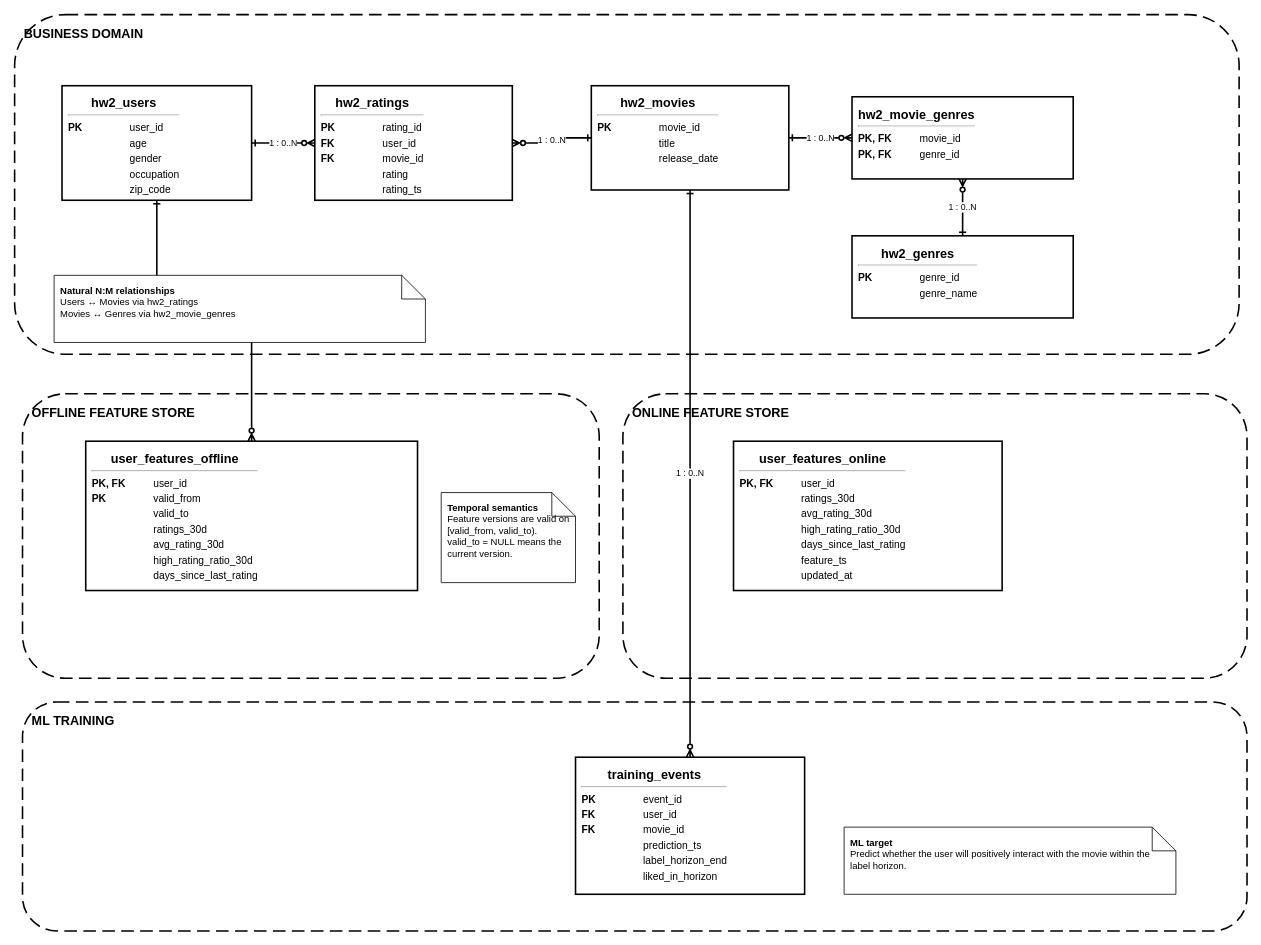
BorysZhyhalo/goit-rdb-hw-02 keeps this draw.io diagram as erd_movie_recommendation.drawio. Above is the earlier version. Source tidied: cells renumbered, new cells numbered last; positions are measured from the earlier drawing's top-left corner, leaving out a move shared by most shapes. Both pictures are drawn from the tidied source at 79%, with x=0, y=0 at pixel (14, 14).
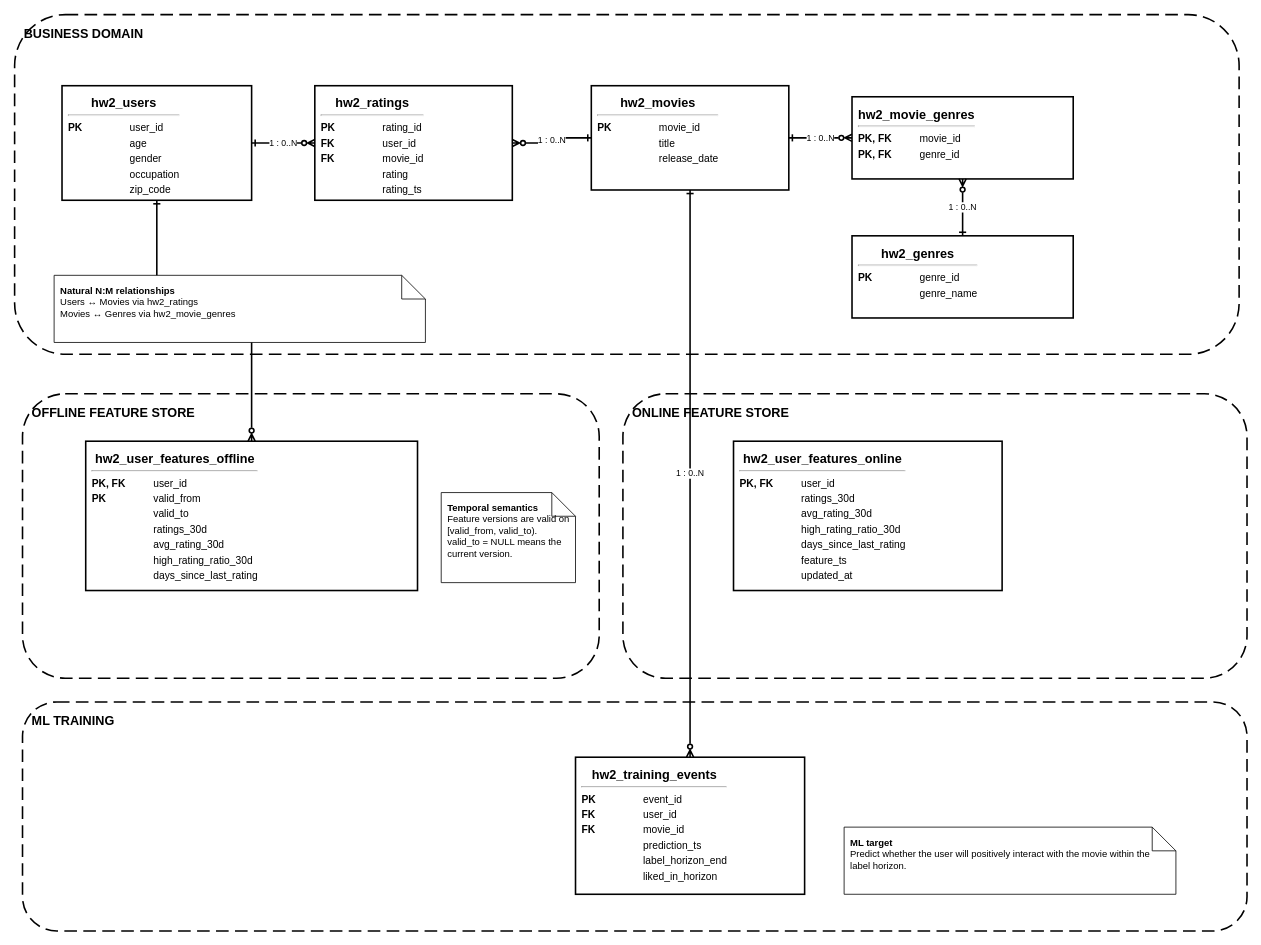
Above is the later version.

The edit, as a diff of the source:
```diff
@@
-    <mxCell id="11" value="&lt;div style=&quot;text-align:center;font-size:16px&quot;&gt;&lt;b&gt;user_features_offline&lt;/b&gt;&lt;/div&gt;&lt;hr style=&quot;margin:5px 0&quot;&gt;&lt;div style=&quot;font-size:13px;line-height:1.5&quot;&gt;&lt;span style=&quot;display:inline-block;width:78px&quot;&gt;&lt;b&gt;PK, FK&lt;/b&gt;&lt;/span&gt;user_id&lt;/div&gt;&lt;div style=&quot;font-size:13px;line-height:1.5&quot;&gt;&lt;span style=&quot;display:inline-block;width:78px&quot;&gt;&lt;b&gt;PK&lt;/b&gt;&lt;/span&gt;valid_from&lt;/div&gt;&lt;div style=&quot;font-size:13px;line-height:1.5&quot;&gt;&lt;span style=&quot;display:inline-block;width:78px&quot;&gt;&lt;/span&gt;valid_to&lt;/div&gt;&lt;div style=&quot;font-size:13px;line-height:1.5&quot;&gt;&lt;span style=&quot;display:inline-block;width:78px&quot;&gt;&lt;/span&gt;ratings_30d&lt;/div&gt;&lt;div style=&quot;font-size:13px;line-height:1.5&quot;&gt;&lt;span style=&quot;display:inline-block;width:78px&quot;&gt;&lt;/span&gt;avg_rating_30d&lt;/div&gt;&lt;div style=&quot;font-size:13px;line-height:1.5&quot;&gt;&lt;span style=&quot;display:inline-block;width:78px&quot;&gt;&lt;/span&gt;high_rating_ratio_30d&lt;/div&gt;&lt;div style=&quot;font-size:13px;line-height:1.5&quot;&gt;&lt;span style=&quot;display:inline-block;width:78px&quot;&gt;&lt;/span&gt;days_since_last_rating&lt;/div&gt;" style="rounded=0;whiteSpace=wrap;html=1;align=left;verticalAlign=top;spacing=8;strokeWidth=2;fontSize=13;" parent="1" vertex="1">
+    <mxCell id="11" value="&lt;div style=&quot;text-align:center;font-size:16px&quot;&gt;&lt;b&gt;hw2_user_features_offline&lt;/b&gt;&lt;/div&gt;&lt;hr style=&quot;margin:5px 0&quot;&gt;&lt;div style=&quot;font-size:13px;line-height:1.5&quot;&gt;&lt;span style=&quot;display:inline-block;width:78px&quot;&gt;&lt;b&gt;PK, FK&lt;/b&gt;&lt;/span&gt;user_id&lt;/div&gt;&lt;div style=&quot;font-size:13px;line-height:1.5&quot;&gt;&lt;span style=&quot;display:inline-block;width:78px&quot;&gt;&lt;b&gt;PK&lt;/b&gt;&lt;/span&gt;valid_from&lt;/div&gt;&lt;div style=&quot;font-size:13px;line-height:1.5&quot;&gt;&lt;span style=&quot;display:inline-block;width:78px&quot;&gt;&lt;/span&gt;valid_to&lt;/div&gt;&lt;div style=&quot;font-size:13px;line-height:1.5&quot;&gt;&lt;span style=&quot;display:inline-block;width:78px&quot;&gt;&lt;/span&gt;ratings_30d&lt;/div&gt;&lt;div style=&quot;font-size:13px;line-height:1.5&quot;&gt;&lt;span style=&quot;display:inline-block;width:78px&quot;&gt;&lt;/span&gt;avg_rating_30d&lt;/div&gt;&lt;div style=&quot;font-size:13px;line-height:1.5&quot;&gt;&lt;span style=&quot;display:inline-block;width:78px&quot;&gt;&lt;/span&gt;high_rating_ratio_30d&lt;/div&gt;&lt;div style=&quot;font-size:13px;line-height:1.5&quot;&gt;&lt;span style=&quot;display:inline-block;width:78px&quot;&gt;&lt;/span&gt;days_since_last_rating&lt;/div&gt;" style="rounded=0;whiteSpace=wrap;html=1;align=left;verticalAlign=top;spacing=8;strokeWidth=2;fontSize=13;" parent="1" vertex="1">
       <mxGeometry x="90" y="540" width="420" height="189" as="geometry" />
     </mxCell>
-    <mxCell id="12" value="&lt;div style=&quot;text-align:center;font-size:16px&quot;&gt;&lt;b&gt;user_features_online&lt;/b&gt;&lt;/div&gt;&lt;hr style=&quot;margin:5px 0&quot;&gt;&lt;div style=&quot;font-size:13px;line-height:1.5&quot;&gt;&lt;span style=&quot;display:inline-block;width:78px&quot;&gt;&lt;b&gt;PK, FK&lt;/b&gt;&lt;/span&gt;user_id&lt;/div&gt;&lt;div style=&quot;font-size:13px;line-height:1.5&quot;&gt;&lt;span style=&quot;display:inline-block;width:78px&quot;&gt;&lt;/span&gt;ratings_30d&lt;/div&gt;&lt;div style=&quot;font-size:13px;line-height:1.5&quot;&gt;&lt;span style=&quot;display:inline-block;width:78px&quot;&gt;&lt;/span&gt;avg_rating_30d&lt;/div&gt;&lt;div style=&quot;font-size:13px;line-height:1.5&quot;&gt;&lt;span style=&quot;display:inline-block;width:78px&quot;&gt;&lt;/span&gt;high_rating_ratio_30d&lt;/div&gt;&lt;div style=&quot;font-size:13px;line-height:1.5&quot;&gt;&lt;span style=&quot;display:inline-block;width:78px&quot;&gt;&lt;/span&gt;days_since_last_rating&lt;/div&gt;&lt;div style=&quot;font-size:13px;line-height:1.5&quot;&gt;&lt;span style=&quot;display:inline-block;width:78px&quot;&gt;&lt;/span&gt;feature_ts&lt;/div&gt;&lt;div style=&quot;font-size:13px;line-height:1.5&quot;&gt;&lt;span style=&quot;display:inline-block;width:78px&quot;&gt;&lt;/span&gt;updated_at&lt;/div&gt;" style="rounded=0;whiteSpace=wrap;html=1;align=left;verticalAlign=top;spacing=8;strokeWidth=2;fontSize=13;" parent="1" vertex="1">
+    <mxCell id="12" value="&lt;div style=&quot;text-align:center;font-size:16px&quot;&gt;&lt;b&gt;hw2_user_features_online&lt;/b&gt;&lt;/div&gt;&lt;hr style=&quot;margin:5px 0&quot;&gt;&lt;div style=&quot;font-size:13px;line-height:1.5&quot;&gt;&lt;span style=&quot;display:inline-block;width:78px&quot;&gt;&lt;b&gt;PK, FK&lt;/b&gt;&lt;/span&gt;user_id&lt;/div&gt;&lt;div style=&quot;font-size:13px;line-height:1.5&quot;&gt;&lt;span style=&quot;display:inline-block;width:78px&quot;&gt;&lt;/span&gt;ratings_30d&lt;/div&gt;&lt;div style=&quot;font-size:13px;line-height:1.5&quot;&gt;&lt;span style=&quot;display:inline-block;width:78px&quot;&gt;&lt;/span&gt;avg_rating_30d&lt;/div&gt;&lt;div style=&quot;font-size:13px;line-height:1.5&quot;&gt;&lt;span style=&quot;display:inline-block;width:78px&quot;&gt;&lt;/span&gt;high_rating_ratio_30d&lt;/div&gt;&lt;div style=&quot;font-size:13px;line-height:1.5&quot;&gt;&lt;span style=&quot;display:inline-block;width:78px&quot;&gt;&lt;/span&gt;days_since_last_rating&lt;/div&gt;&lt;div style=&quot;font-size:13px;line-height:1.5&quot;&gt;&lt;span style=&quot;display:inline-block;width:78px&quot;&gt;&lt;/span&gt;feature_ts&lt;/div&gt;&lt;div style=&quot;font-size:13px;line-height:1.5&quot;&gt;&lt;span style=&quot;display:inline-block;width:78px&quot;&gt;&lt;/span&gt;updated_at&lt;/div&gt;" style="rounded=0;whiteSpace=wrap;html=1;align=left;verticalAlign=top;spacing=8;strokeWidth=2;fontSize=13;" parent="1" vertex="1">
       <mxGeometry x="910" y="540" width="340" height="189" as="geometry" />
     </mxCell>
-    <mxCell id="13" value="&lt;div style=&quot;text-align:center;font-size:16px&quot;&gt;&lt;b&gt;training_events&lt;/b&gt;&lt;/div&gt;&lt;hr style=&quot;margin:5px 0&quot;&gt;&lt;div style=&quot;font-size:13px;line-height:1.5&quot;&gt;&lt;span style=&quot;display:inline-block;width:78px&quot;&gt;&lt;b&gt;PK&lt;/b&gt;&lt;/span&gt;event_id&lt;/div&gt;&lt;div style=&quot;font-size:13px;line-height:1.5&quot;&gt;&lt;span style=&quot;display:inline-block;width:78px&quot;&gt;&lt;b&gt;FK&lt;/b&gt;&lt;/span&gt;user_id&lt;/div&gt;&lt;div style=&quot;font-size:13px;line-height:1.5&quot;&gt;&lt;span style=&quot;display:inline-block;width:78px&quot;&gt;&lt;b&gt;FK&lt;/b&gt;&lt;/span&gt;movie_id&lt;/div&gt;&lt;div style=&quot;font-size:13px;line-height:1.5&quot;&gt;&lt;span style=&quot;display:inline-block;width:78px&quot;&gt;&lt;/span&gt;prediction_ts&lt;/div&gt;&lt;div style=&quot;font-size:13px;line-height:1.5&quot;&gt;&lt;span style=&quot;display:inline-block;width:78px&quot;&gt;&lt;/span&gt;label_horizon_end&lt;/div&gt;&lt;div style=&quot;font-size:13px;line-height:1.5&quot;&gt;&lt;span style=&quot;display:inline-block;width:78px&quot;&gt;&lt;/span&gt;liked_in_horizon&lt;/div&gt;" style="rounded=0;whiteSpace=wrap;html=1;align=left;verticalAlign=top;spacing=8;strokeWidth=2;fontSize=13;" parent="1" vertex="1">
+    <mxCell id="13" value="&lt;div style=&quot;text-align:center;font-size:16px&quot;&gt;&lt;b&gt;hw2_training_events&lt;/b&gt;&lt;/div&gt;&lt;hr style=&quot;margin:5px 0&quot;&gt;&lt;div style=&quot;font-size:13px;line-height:1.5&quot;&gt;&lt;span style=&quot;display:inline-block;width:78px&quot;&gt;&lt;b&gt;PK&lt;/b&gt;&lt;/span&gt;event_id&lt;/div&gt;&lt;div style=&quot;font-size:13px;line-height:1.5&quot;&gt;&lt;span style=&quot;display:inline-block;width:78px&quot;&gt;&lt;b&gt;FK&lt;/b&gt;&lt;/span&gt;user_id&lt;/div&gt;&lt;div style=&quot;font-size:13px;line-height:1.5&quot;&gt;&lt;span style=&quot;display:inline-block;width:78px&quot;&gt;&lt;b&gt;FK&lt;/b&gt;&lt;/span&gt;movie_id&lt;/div&gt;&lt;div style=&quot;font-size:13px;line-height:1.5&quot;&gt;&lt;span style=&quot;display:inline-block;width:78px&quot;&gt;&lt;/span&gt;prediction_ts&lt;/div&gt;&lt;div style=&quot;font-size:13px;line-height:1.5&quot;&gt;&lt;span style=&quot;display:inline-block;width:78px&quot;&gt;&lt;/span&gt;label_horizon_end&lt;/div&gt;&lt;div style=&quot;font-size:13px;line-height:1.5&quot;&gt;&lt;span style=&quot;display:inline-block;width:78px&quot;&gt;&lt;/span&gt;liked_in_horizon&lt;/div&gt;" style="rounded=0;whiteSpace=wrap;html=1;align=left;verticalAlign=top;spacing=8;strokeWidth=2;fontSize=13;" parent="1" vertex="1">
       <mxGeometry x="710" y="940" width="290" height="173.5" as="geometry" />
     </mxCell>
```
